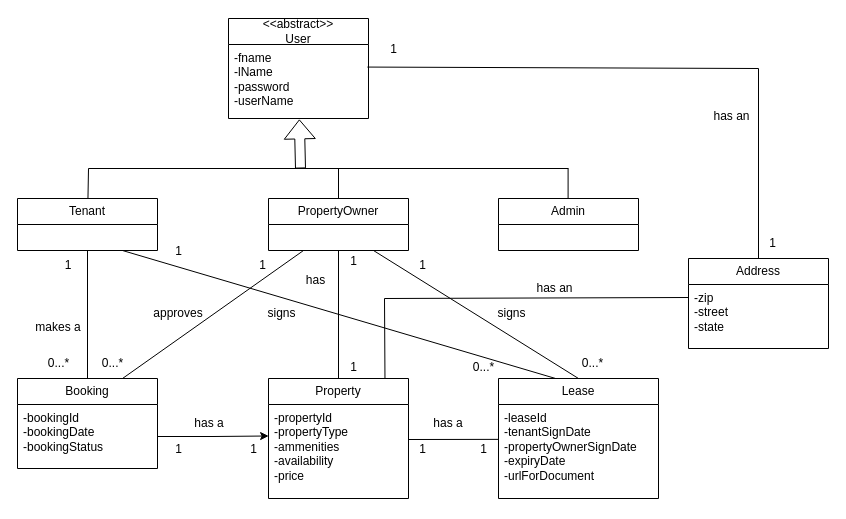
This is documentation/Domain Class Diagram.drawio from ttiweh28/real-estate-rental-system, a draw.io file, before an edit. Source tidied: cells renumbered, new cells numbered last; positions are measured from the earlier drawing's top-left corner, leaving out a move shared by most shapes. Both pictures are drawn from the tidied source at 100%, with x=0, y=0 at pixel (17, 18).
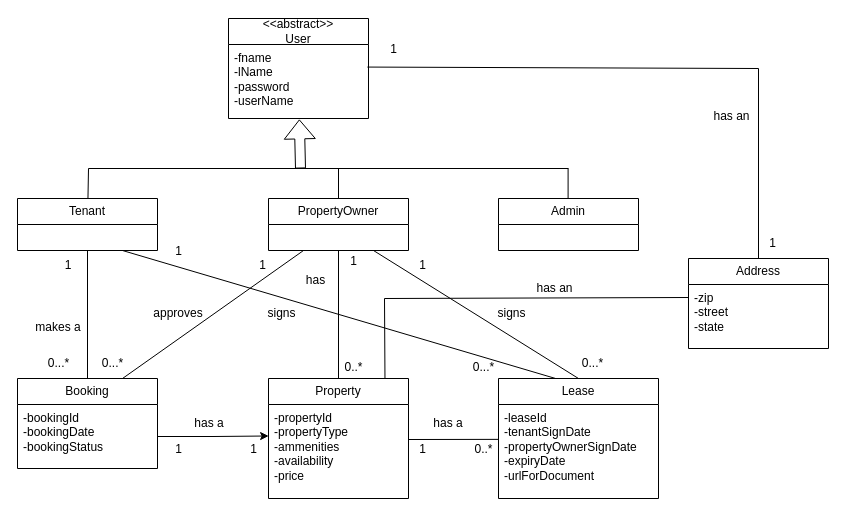
After the change.

Commit message (it also covers changes not shown here):
Updated domain class diagram

Change to the diagram source:
```diff
@@
-    <mxCell id="34" value="1" style="text;html=1;align=center;verticalAlign=middle;whiteSpace=wrap;rounded=0;" parent="1" vertex="1">
+    <mxCell id="34" value="0..*" style="text;html=1;align=center;verticalAlign=middle;whiteSpace=wrap;rounded=0;" parent="1" vertex="1">
       <mxGeometry x="322" y="338" width="29" height="22" as="geometry" />
     </mxCell>
@@
-    <mxCell id="48" value="1" style="text;html=1;align=center;verticalAlign=middle;whiteSpace=wrap;rounded=0;" parent="1" vertex="1">
+    <mxCell id="48" value="0..*" style="text;html=1;align=center;verticalAlign=middle;whiteSpace=wrap;rounded=0;" parent="1" vertex="1">
       <mxGeometry x="452" y="420" width="29" height="22" as="geometry" />
     </mxCell>
```
